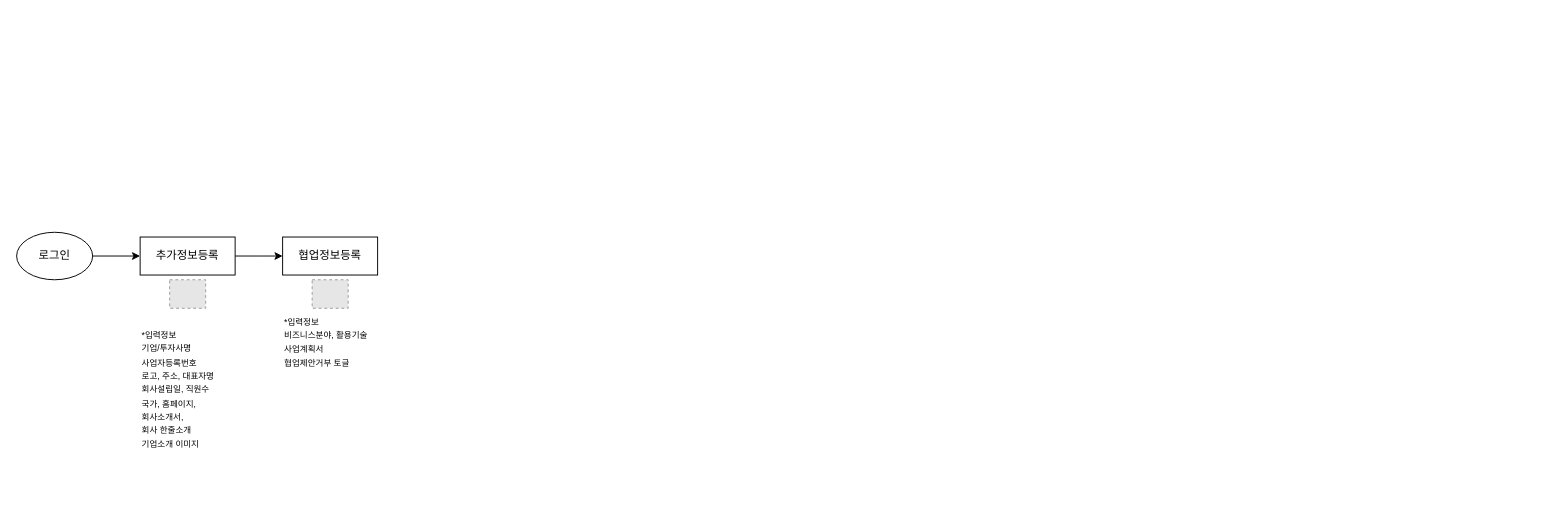
Above: 협업_RESET 2차.drawio in Lucidhomme/TIL (draw.io), before the change. Source tidied: cells renumbered, new cells numbered last; positions are measured from the earlier drawing's top-left corner, leaving out a move shared by most shapes. Both pictures are drawn from the tidied source at 95%, with x=0, y=0 at pixel (16, 232). Pictures stored in the file or linked from it are replaced by grey dashed boxes.
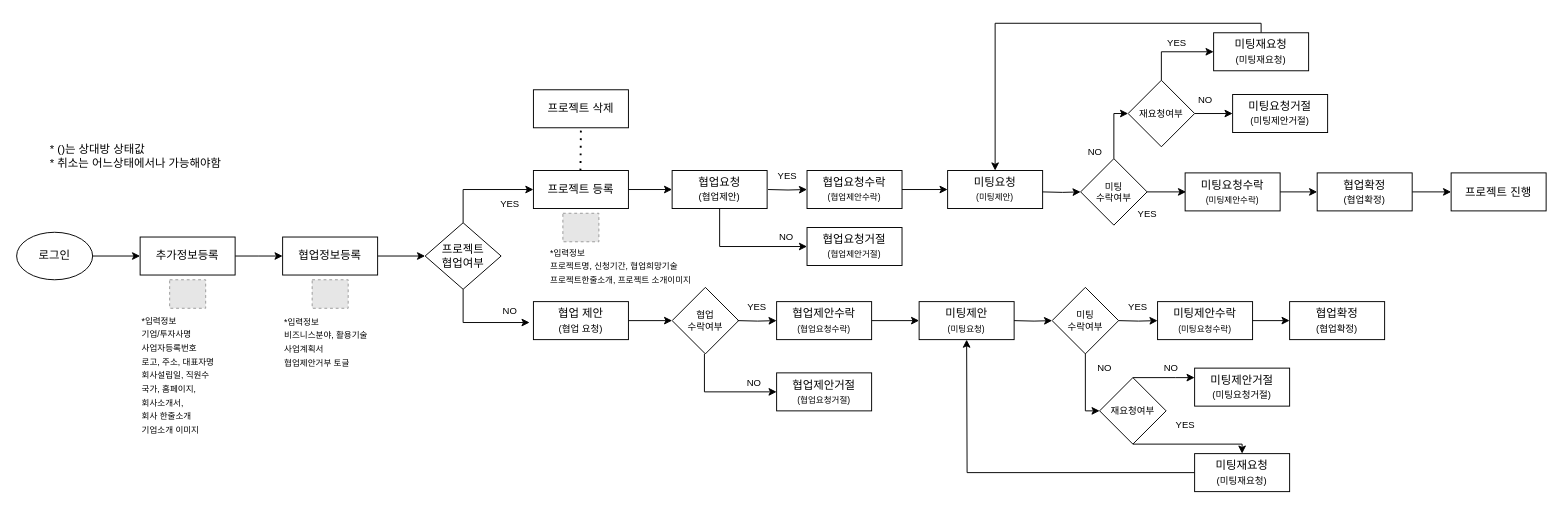
After the change.

The change refers to these unchanged cells:
```xml
<mxCell id="8" value="협업정보등록" style="rounded=0;whiteSpace=wrap;html=1;" parent="1" vertex="1">
  <mxGeometry x="280" y="5" width="100" height="40" as="geometry" />
</mxCell>
```

Diff of the diagram source:
```diff
@@
     <mxCell id="7" value="&lt;font style=&quot;font-size: 9px&quot;&gt;*입력정보&lt;br&gt;&lt;span style=&quot;font-family: &amp;#34;맑은 고딕&amp;#34;&quot;&gt;기업/투자사명&lt;br&gt;사업자등록번호&lt;br&gt;로고, 주소, 대표자명&lt;br&gt;회사설립일, 직원수&lt;br&gt;국가, 홈페이지,&lt;br&gt;회사소개서,&lt;br&gt;회사 한줄소개&lt;br&gt;기업소개 이미지&lt;/span&gt;&lt;span style=&quot;font-family: &amp;#34;맑은 고딕&amp;#34;&quot;&gt;&lt;br&gt;&lt;/span&gt;&lt;/font&gt;" style="text;html=1;align=left;verticalAlign=middle;fillColor=none;strokeColor=none;rounded=0;" parent="1" vertex="1">
-      <mxGeometry x="130" y="95" width="110" height="140" as="geometry" />
+      <mxGeometry x="130" y="80" width="110" height="140" as="geometry" />
     </mxCell>
+    <mxCell id="11" style="edgeStyle=orthogonalEdgeStyle;rounded=0;jettySize=auto;html=1;entryX=0;entryY=0.5;entryDx=0;entryDy=0;" parent="1" edge="1" source="8" target="13">
+      <mxGeometry relative="1" as="geometry" />
+    </mxCell>
@@
+    <mxCell id="12" style="edgeStyle=orthogonalEdgeStyle;rounded=0;jettySize=auto;html=1;entryX=0;entryY=0.5;entryDx=0;entryDy=0;" parent="1" edge="1" source="13" target="18">
+      <mxGeometry relative="1" as="geometry">
+        <Array as="points">
+          <mxPoint x="470" y="-45" />
+        </Array>
+      </mxGeometry>
+    </mxCell>
+    <mxCell id="13" value="프로젝트&lt;br&gt;협업여부" style="rhombus;whiteSpace=wrap;html=1;" parent="1" vertex="1">
+      <mxGeometry x="430" y="-10" width="80" height="70" as="geometry" />
+    </mxCell>
+    <mxCell id="14" style="edgeStyle=orthogonalEdgeStyle;rounded=0;orthogonalLoop=1;jettySize=auto;html=1;" parent="1" edge="1">
+      <mxGeometry relative="1" as="geometry">
+        <mxPoint x="470" y="60" as="sourcePoint" />
+        <mxPoint x="540" y="95" as="targetPoint" />
+        <Array as="points">
+          <mxPoint x="470.1" y="95" />
+        </Array>
+      </mxGeometry>
+    </mxCell>
+    <mxCell id="15" value="YES" style="text;html=1;align=center;verticalAlign=middle;fillColor=none;strokeColor=none;rounded=0;fontSize=10;" parent="1" vertex="1">
+      <mxGeometry x="499.1" y="-40" width="40" height="20" as="geometry" />
+    </mxCell>
+    <mxCell id="16" value="NO" style="text;html=1;align=center;verticalAlign=middle;fillColor=none;strokeColor=none;rounded=0;fontSize=10;" parent="1" vertex="1">
+      <mxGeometry x="504.1" y="73" width="30" height="20" as="geometry" />
+    </mxCell>
+    <mxCell id="17" style="edgeStyle=orthogonalEdgeStyle;rounded=0;jettySize=auto;html=1;entryX=0;entryY=0.5;entryDx=0;entryDy=0;" parent="1" edge="1" source="18" target="51">
+      <mxGeometry relative="1" as="geometry" />
+    </mxCell>
+    <mxCell id="18" value="프로젝트 등록" style="rounded=0;whiteSpace=wrap;html=1;" parent="1" vertex="1">
+      <mxGeometry x="544" y="-65" width="100" height="40" as="geometry" />
+    </mxCell>
+    <mxCell id="19" style="endArrow=none;dashed=1;html=1;dashPattern=1 3;strokeWidth=2;" parent="1" edge="1">
+      <mxGeometry relative="1" as="geometry">
+        <mxPoint x="593.5" y="-65" as="sourcePoint" />
+        <mxPoint x="594" y="-110" as="targetPoint" />
+      </mxGeometry>
+    </mxCell>
+    <mxCell id="20" value="프로젝트 삭제" style="rounded=0;whiteSpace=wrap;html=1;" parent="1" vertex="1">
+      <mxGeometry x="544" y="-150" width="100" height="40" as="geometry" />
+    </mxCell>
+    <mxCell id="21" value="프로젝트 진행" style="rounded=0;whiteSpace=wrap;html=1;" parent="1" vertex="1">
+      <mxGeometry x="1510" y="-62.5" width="100" height="40" as="geometry" />
+    </mxCell>
+    <mxCell id="22" style="edgeStyle=orthogonalEdgeStyle;rounded=0;jettySize=auto;html=1;entryX=0;entryY=0.5;entryDx=0;entryDy=0;" parent="1" edge="1" source="23" target="25">
+      <mxGeometry relative="1" as="geometry" />
+    </mxCell>
+    <mxCell id="23" value="협업 제안&lt;br style=&quot;font-size: 10px&quot;&gt;&lt;font size=&quot;1&quot;&gt;(협업 요청)&lt;/font&gt;" style="rounded=0;whiteSpace=wrap;html=1;" parent="1" vertex="1">
+      <mxGeometry x="544" y="73" width="100" height="40" as="geometry" />
+    </mxCell>
+    <mxCell id="24" value="&lt;div style=&quot;text-align: left&quot;&gt;&lt;span&gt;* ()는 상대방 상태값&lt;/span&gt;&lt;/div&gt;&lt;div style=&quot;text-align: left&quot;&gt;&lt;span&gt;* 취소는 어느상태에서나 가능해야함&lt;/span&gt;&lt;/div&gt;" style="text;html=1;align=center;verticalAlign=middle;fillColor=none;strokeColor=none;rounded=0;" parent="1" vertex="1">
+      <mxGeometry x="20" y="-95" width="210" height="30" as="geometry" />
+    </mxCell>
+    <mxCell id="25" value="협업&lt;br&gt;수락여부" style="rhombus;whiteSpace=wrap;html=1;rounded=0;fontSize=10;" parent="1" vertex="1">
+      <mxGeometry x="690" y="58" width="70" height="70" as="geometry" />
+    </mxCell>
+    <mxCell id="26" style="edgeStyle=orthogonalEdgeStyle;rounded=0;jettySize=auto;html=1;entryX=0;entryY=0.5;entryDx=0;entryDy=0;" parent="1" edge="1" target="29">
+      <mxGeometry relative="1" as="geometry">
+        <mxPoint x="759" y="93" as="sourcePoint" />
+      </mxGeometry>
+    </mxCell>
+    <mxCell id="27" style="edgeStyle=orthogonalEdgeStyle;rounded=0;jettySize=auto;html=1;entryX=0;entryY=0.5;entryDx=0;entryDy=0;" parent="1" edge="1" target="30">
+      <mxGeometry relative="1" as="geometry">
+        <mxPoint x="724" y="128" as="sourcePoint" />
+        <Array as="points">
+          <mxPoint x="724" y="168" />
+        </Array>
+      </mxGeometry>
+    </mxCell>
+    <mxCell id="28" style="edgeStyle=orthogonalEdgeStyle;rounded=0;jettySize=auto;html=1;entryX=0;entryY=0.5;entryDx=0;entryDy=0;" parent="1" edge="1" source="29" target="33">
+      <mxGeometry relative="1" as="geometry" />
+    </mxCell>
+    <mxCell id="29" value="&lt;font&gt;협업제안수락&lt;br&gt;&lt;/font&gt;&lt;font style=&quot;font-size: 9px&quot;&gt;(협업요청수락)&lt;/font&gt;" style="rounded=0;whiteSpace=wrap;html=1;" parent="1" vertex="1">
+      <mxGeometry x="800" y="73" width="100" height="40" as="geometry" />
+    </mxCell>
+    <mxCell id="30" value="&lt;font&gt;협업제안거절&lt;br&gt;&lt;/font&gt;&lt;font style=&quot;font-size: 9px&quot;&gt;(협업요청거절)&lt;/font&gt;" style="rounded=0;whiteSpace=wrap;html=1;" parent="1" vertex="1">
+      <mxGeometry x="800" y="148" width="100" height="40" as="geometry" />
+    </mxCell>
+    <mxCell id="31" value="YES" style="text;html=1;align=center;verticalAlign=middle;fillColor=none;strokeColor=none;rounded=0;fontSize=10;" parent="1" vertex="1">
+      <mxGeometry x="759" y="68" width="40" height="20" as="geometry" />
+    </mxCell>
+    <mxCell id="32" value="NO" style="text;html=1;align=center;verticalAlign=middle;fillColor=none;strokeColor=none;rounded=0;fontSize=10;" parent="1" vertex="1">
+      <mxGeometry x="761" y="148" width="30" height="20" as="geometry" />
+    </mxCell>
+    <mxCell id="33" value="&lt;font&gt;미팅제안&lt;br&gt;&lt;/font&gt;&lt;font style=&quot;font-size: 9px&quot;&gt;(미팅요청)&lt;/font&gt;" style="rounded=0;whiteSpace=wrap;html=1;" parent="1" vertex="1">
+      <mxGeometry x="950" y="73" width="100" height="40" as="geometry" />
+    </mxCell>
+    <mxCell id="34" style="edgeStyle=orthogonalEdgeStyle;rounded=0;jettySize=auto;html=1;entryX=0;entryY=0.5;entryDx=0;entryDy=0;" parent="1" edge="1" target="35">
+      <mxGeometry relative="1" as="geometry">
+        <mxPoint x="1050" y="93" as="sourcePoint" />
+      </mxGeometry>
+    </mxCell>
+    <mxCell id="35" value="미팅&lt;br&gt;수락여부" style="rhombus;whiteSpace=wrap;html=1;rounded=0;fontSize=10;" parent="1" vertex="1">
+      <mxGeometry x="1090" y="58" width="70" height="70" as="geometry" />
+    </mxCell>
+    <mxCell id="36" style="edgeStyle=orthogonalEdgeStyle;rounded=0;jettySize=auto;html=1;entryX=0;entryY=0.5;entryDx=0;entryDy=0;" parent="1" edge="1" target="37">
+      <mxGeometry relative="1" as="geometry">
+        <mxPoint x="1160" y="93" as="sourcePoint" />
+      </mxGeometry>
+    </mxCell>
+    <mxCell id="37" value="&lt;font&gt;미팅제안수락&lt;br&gt;&lt;/font&gt;&lt;font style=&quot;font-size: 9px&quot;&gt;(미팅요청수락)&lt;/font&gt;" style="rounded=0;whiteSpace=wrap;html=1;" parent="1" vertex="1">
+      <mxGeometry x="1201" y="73" width="100" height="40" as="geometry" />
+    </mxCell>
+    <mxCell id="38" value="YES" style="text;html=1;align=center;verticalAlign=middle;fillColor=none;strokeColor=none;rounded=0;fontSize=10;" parent="1" vertex="1">
+      <mxGeometry x="1160" y="68" width="40" height="20" as="geometry" />
+    </mxCell>
+    <mxCell id="39" style="edgeStyle=orthogonalEdgeStyle;rounded=0;jettySize=auto;html=1;entryX=0;entryY=0.5;entryDx=0;entryDy=0;" parent="1" edge="1" target="46">
+      <mxGeometry relative="1" as="geometry">
+        <mxPoint x="1125" y="128" as="sourcePoint" />
+        <Array as="points">
+          <mxPoint x="1125" y="188" />
+        </Array>
+      </mxGeometry>
+    </mxCell>
+    <mxCell id="40" value="미팅제안거절&lt;br&gt;&lt;font style=&quot;font-size: 10px&quot;&gt;(미팅요청거절)&lt;/font&gt;" style="rounded=0;whiteSpace=wrap;html=1;" parent="1" vertex="1">
+      <mxGeometry x="1240" y="143" width="100" height="40" as="geometry" />
+    </mxCell>
+    <mxCell id="41" value="NO" style="text;html=1;align=center;verticalAlign=middle;fillColor=none;strokeColor=none;rounded=0;fontSize=10;" parent="1" vertex="1">
+      <mxGeometry x="1130" y="133" width="30" height="20" as="geometry" />
+    </mxCell>
+    <mxCell id="42" style="edgeStyle=orthogonalEdgeStyle;rounded=0;jettySize=auto;html=1;" parent="1" edge="1" source="43">
+      <mxGeometry relative="1" as="geometry">
+        <mxPoint x="1000" y="113" as="targetPoint" />
+      </mxGeometry>
+    </mxCell>
+    <mxCell id="43" value="미팅재요청&lt;br&gt;&lt;font style=&quot;font-size: 10px&quot;&gt;(미팅재요청)&lt;/font&gt;" style="rounded=0;whiteSpace=wrap;html=1;" parent="1" vertex="1">
+      <mxGeometry x="1240" y="233" width="100" height="40" as="geometry" />
+    </mxCell>
+    <mxCell id="44" style="edgeStyle=orthogonalEdgeStyle;rounded=0;jettySize=auto;html=1;entryX=0;entryY=0.25;entryDx=0;entryDy=0;" parent="1" edge="1" source="46" target="40">
+      <mxGeometry relative="1" as="geometry">
+        <Array as="points">
+          <mxPoint x="1220" y="153" />
+          <mxPoint x="1220" y="153" />
+        </Array>
+      </mxGeometry>
+    </mxCell>
+    <mxCell id="45" style="edgeStyle=orthogonalEdgeStyle;rounded=0;jettySize=auto;html=1;entryX=0.5;entryY=0;entryDx=0;entryDy=0;" parent="1" edge="1" source="46" target="43">
+      <mxGeometry relative="1" as="geometry">
+        <Array as="points">
+          <mxPoint x="1290" y="223" />
+        </Array>
+      </mxGeometry>
+    </mxCell>
+    <mxCell id="46" value="재요청여부" style="rhombus;whiteSpace=wrap;html=1;rounded=0;fontSize=10;" parent="1" vertex="1">
+      <mxGeometry x="1140" y="153" width="70" height="70" as="geometry" />
+    </mxCell>
+    <mxCell id="47" value="YES" style="text;html=1;align=center;verticalAlign=middle;fillColor=none;strokeColor=none;rounded=0;fontSize=10;" parent="1" vertex="1">
+      <mxGeometry x="1210" y="193" width="40" height="20" as="geometry" />
+    </mxCell>
+    <mxCell id="48" value="NO" style="text;html=1;align=center;verticalAlign=middle;fillColor=none;strokeColor=none;rounded=0;fontSize=10;" parent="1" vertex="1">
+      <mxGeometry x="1200" y="133" width="30" height="20" as="geometry" />
+    </mxCell>
+    <mxCell id="49" style="edgeStyle=orthogonalEdgeStyle;rounded=0;orthogonalLoop=1;jettySize=auto;html=1;" parent="1" edge="1">
+      <mxGeometry relative="1" as="geometry">
+        <mxPoint x="1301" y="93" as="sourcePoint" />
+        <mxPoint x="1340" y="93" as="targetPoint" />
+      </mxGeometry>
+    </mxCell>
+    <mxCell id="50" value="협업확정&lt;br&gt;&lt;font style=&quot;font-size: 10px&quot;&gt;(협업확정)&lt;/font&gt;" style="rounded=0;whiteSpace=wrap;html=1;" parent="1" vertex="1">
+      <mxGeometry x="1340" y="73" width="100" height="40" as="geometry" />
+    </mxCell>
+    <mxCell id="51" value="협업요청&lt;br&gt;&lt;font style=&quot;font-size: 10px&quot;&gt;(협업제안)&lt;/font&gt;" style="rounded=0;whiteSpace=wrap;html=1;" parent="1" vertex="1">
+      <mxGeometry x="690" y="-65" width="100" height="40" as="geometry" />
+    </mxCell>
+    <mxCell id="52" style="edgeStyle=orthogonalEdgeStyle;rounded=0;jettySize=auto;html=1;entryX=0;entryY=0.5;entryDx=0;entryDy=0;" parent="1" edge="1" target="55">
+      <mxGeometry relative="1" as="geometry">
+        <mxPoint x="791" y="-45" as="sourcePoint" />
+      </mxGeometry>
+    </mxCell>
+    <mxCell id="53" style="edgeStyle=orthogonalEdgeStyle;rounded=0;jettySize=auto;html=1;entryX=0;entryY=0.5;entryDx=0;entryDy=0;" parent="1" edge="1" target="56">
+      <mxGeometry relative="1" as="geometry">
+        <mxPoint x="740" y="-25" as="sourcePoint" />
+        <Array as="points">
+          <mxPoint x="740" y="15" />
+        </Array>
+      </mxGeometry>
+    </mxCell>
+    <mxCell id="54" style="edgeStyle=orthogonalEdgeStyle;rounded=0;jettySize=auto;html=1;entryX=0;entryY=0.5;entryDx=0;entryDy=0;" parent="1" edge="1" source="55" target="59">
+      <mxGeometry relative="1" as="geometry" />
+    </mxCell>
+    <mxCell id="55" value="&lt;font&gt;협업요청수락&lt;br&gt;&lt;/font&gt;&lt;font style=&quot;font-size: 9px&quot;&gt;(협업제안수락)&lt;/font&gt;" style="rounded=0;whiteSpace=wrap;html=1;" parent="1" vertex="1">
+      <mxGeometry x="832" y="-65" width="100" height="40" as="geometry" />
+    </mxCell>
+    <mxCell id="56" value="&lt;font&gt;협업요청거절&lt;br&gt;&lt;/font&gt;&lt;font style=&quot;font-size: 9px&quot;&gt;(협업제안거절)&lt;/font&gt;" style="rounded=0;whiteSpace=wrap;html=1;" parent="1" vertex="1">
+      <mxGeometry x="832" y="-5" width="100" height="40" as="geometry" />
+    </mxCell>
+    <mxCell id="57" value="YES" style="text;html=1;align=center;verticalAlign=middle;fillColor=none;strokeColor=none;rounded=0;fontSize=10;" parent="1" vertex="1">
+      <mxGeometry x="791" y="-70" width="40" height="20" as="geometry" />
+    </mxCell>
+    <mxCell id="58" value="NO" style="text;html=1;align=center;verticalAlign=middle;fillColor=none;strokeColor=none;rounded=0;fontSize=10;" parent="1" vertex="1">
+      <mxGeometry x="795" y="-5" width="30" height="20" as="geometry" />
+    </mxCell>
+    <mxCell id="59" value="&lt;font&gt;미팅요청&lt;br&gt;&lt;/font&gt;&lt;font style=&quot;font-size: 9px&quot;&gt;(미팅제안)&lt;/font&gt;" style="rounded=0;whiteSpace=wrap;html=1;" parent="1" vertex="1">
+      <mxGeometry x="980" y="-65" width="100" height="40" as="geometry" />
+    </mxCell>
+    <mxCell id="60" style="edgeStyle=orthogonalEdgeStyle;rounded=0;jettySize=auto;html=1;entryX=0;entryY=0.5;entryDx=0;entryDy=0;" parent="1" edge="1" target="62">
+      <mxGeometry relative="1" as="geometry">
+        <mxPoint x="1080" y="-42.5" as="sourcePoint" />
+      </mxGeometry>
+    </mxCell>
+    <mxCell id="61" style="edgeStyle=orthogonalEdgeStyle;rounded=0;jettySize=auto;html=1;entryX=0;entryY=0.5;entryDx=0;entryDy=0;" parent="1" edge="1" source="62" target="68">
+      <mxGeometry relative="1" as="geometry">
+        <Array as="points">
+          <mxPoint x="1155" y="-125" />
+        </Array>
+      </mxGeometry>
+    </mxCell>
+    <mxCell id="62" value="미팅&lt;br&gt;수락여부" style="rhombus;whiteSpace=wrap;html=1;rounded=0;fontSize=10;" parent="1" vertex="1">
+      <mxGeometry x="1120" y="-77.5" width="70" height="70" as="geometry" />
+    </mxCell>
+    <mxCell id="63" style="edgeStyle=orthogonalEdgeStyle;rounded=0;orthogonalLoop=1;jettySize=auto;html=1;entryX=0;entryY=0.5;entryDx=0;entryDy=0;" parent="1" edge="1">
+      <mxGeometry relative="1" as="geometry">
+        <mxPoint x="1190" y="-42.5" as="sourcePoint" />
+        <mxPoint x="1231" y="-42.5" as="targetPoint" />
+      </mxGeometry>
+    </mxCell>
+    <mxCell id="64" value="YES" style="text;html=1;align=center;verticalAlign=middle;fillColor=none;strokeColor=none;rounded=0;fontSize=10;" parent="1" vertex="1">
+      <mxGeometry x="1170" y="-30" width="40" height="20" as="geometry" />
+    </mxCell>
+    <mxCell id="65" value="NO" style="text;html=1;align=center;verticalAlign=middle;fillColor=none;strokeColor=none;rounded=0;fontSize=10;" parent="1" vertex="1">
+      <mxGeometry x="1120" y="-95" width="30" height="20" as="geometry" />
+    </mxCell>
+    <mxCell id="66" style="edgeStyle=orthogonalEdgeStyle;rounded=0;jettySize=auto;html=1;entryX=0;entryY=0.5;entryDx=0;entryDy=0;" parent="1" edge="1" source="68" target="74">
+      <mxGeometry relative="1" as="geometry">
+        <Array as="points">
+          <mxPoint x="1205" y="-190" />
+        </Array>
+      </mxGeometry>
+    </mxCell>
+    <mxCell id="67" style="edgeStyle=orthogonalEdgeStyle;rounded=0;jettySize=auto;html=1;entryX=0;entryY=0.5;entryDx=0;entryDy=0;" parent="1" edge="1" source="68" target="75">
+      <mxGeometry relative="1" as="geometry" />
+    </mxCell>
+    <mxCell id="68" value="재요청여부" style="rhombus;whiteSpace=wrap;html=1;rounded=0;fontSize=10;" parent="1" vertex="1">
+      <mxGeometry x="1170" y="-160" width="70" height="70" as="geometry" />
+    </mxCell>
+    <mxCell id="69" value="&lt;font&gt;미팅요청수락&lt;br&gt;&lt;/font&gt;&lt;font style=&quot;font-size: 9px&quot;&gt;(미팅제안수락)&lt;/font&gt;" style="rounded=0;whiteSpace=wrap;html=1;" parent="1" vertex="1">
+      <mxGeometry x="1230" y="-62.5" width="100" height="40" as="geometry" />
+    </mxCell>
+    <mxCell id="70" style="edgeStyle=orthogonalEdgeStyle;rounded=0;orthogonalLoop=1;jettySize=auto;html=1;" parent="1" edge="1">
+      <mxGeometry relative="1" as="geometry">
+        <mxPoint x="1330" y="-42.5" as="sourcePoint" />
+        <mxPoint x="1369" y="-42.5" as="targetPoint" />
+      </mxGeometry>
+    </mxCell>
+    <mxCell id="71" style="edgeStyle=orthogonalEdgeStyle;rounded=0;jettySize=auto;html=1;entryX=0;entryY=0.5;entryDx=0;entryDy=0;" parent="1" edge="1" source="72" target="21">
+      <mxGeometry relative="1" as="geometry" />
+    </mxCell>
+    <mxCell id="72" value="협업확정&lt;br&gt;&lt;font style=&quot;font-size: 10px&quot;&gt;(협업확정)&lt;/font&gt;" style="rounded=0;whiteSpace=wrap;html=1;" parent="1" vertex="1">
+      <mxGeometry x="1369" y="-62.5" width="100" height="40" as="geometry" />
+    </mxCell>
+    <mxCell id="73" style="edgeStyle=orthogonalEdgeStyle;rounded=0;jettySize=auto;html=1;" parent="1" edge="1" source="74" target="59">
+      <mxGeometry relative="1" as="geometry">
+        <Array as="points">
+          <mxPoint x="1310" y="-220" />
+          <mxPoint x="1030" y="-220" />
+        </Array>
+      </mxGeometry>
+    </mxCell>
+    <mxCell id="74" value="미팅재요청&lt;br&gt;&lt;font style=&quot;font-size: 10px&quot;&gt;(미팅재요청)&lt;/font&gt;" style="rounded=0;whiteSpace=wrap;html=1;" parent="1" vertex="1">
+      <mxGeometry x="1260" y="-210" width="100" height="40" as="geometry" />
+    </mxCell>
+    <mxCell id="75" value="미팅요청거절&lt;br&gt;&lt;font style=&quot;font-size: 10px&quot;&gt;(미팅제안거절)&lt;/font&gt;" style="rounded=0;whiteSpace=wrap;html=1;" parent="1" vertex="1">
+      <mxGeometry x="1280" y="-145" width="100" height="40" as="geometry" />
+    </mxCell>
+    <mxCell id="76" value="NO" style="text;html=1;align=center;verticalAlign=middle;fillColor=none;strokeColor=none;rounded=0;fontSize=10;" parent="1" vertex="1">
+      <mxGeometry x="1236" y="-150" width="30" height="20" as="geometry" />
+    </mxCell>
+    <mxCell id="77" value="YES" style="text;html=1;align=center;verticalAlign=middle;fillColor=none;strokeColor=none;rounded=0;fontSize=10;" parent="1" vertex="1">
+      <mxGeometry x="1201" y="-210" width="40" height="20" as="geometry" />
+    </mxCell>
+    <mxCell id="78" style="fillColor=#E6E6E6;strokeColor=#999999;dashed=1;verticalLabelPosition=bottom;labelBackgroundColor=#ffffff;verticalAlign=top;" parent="1" vertex="1">
+      <mxGeometry x="575" y="-20" width="37.9" height="30" as="geometry" />
+    </mxCell>
+    <mxCell id="79" value="&lt;font style=&quot;font-size: 9px&quot;&gt;*입력정보&lt;br&gt;&lt;span style=&quot;font-family: &amp;#34;맑은 고딕&amp;#34;&quot;&gt;프로젝트명, 신청기간, 협업희망기술&lt;br&gt;프로젝트한줄소개, 프로젝트 소개이미지&lt;br&gt;&lt;/span&gt;&lt;/font&gt;" style="text;html=1;align=left;verticalAlign=middle;fillColor=none;strokeColor=none;rounded=0;" parent="1" vertex="1">
+      <mxGeometry x="560" y="10" width="190" height="50" as="geometry" />
+    </mxCell>
```
